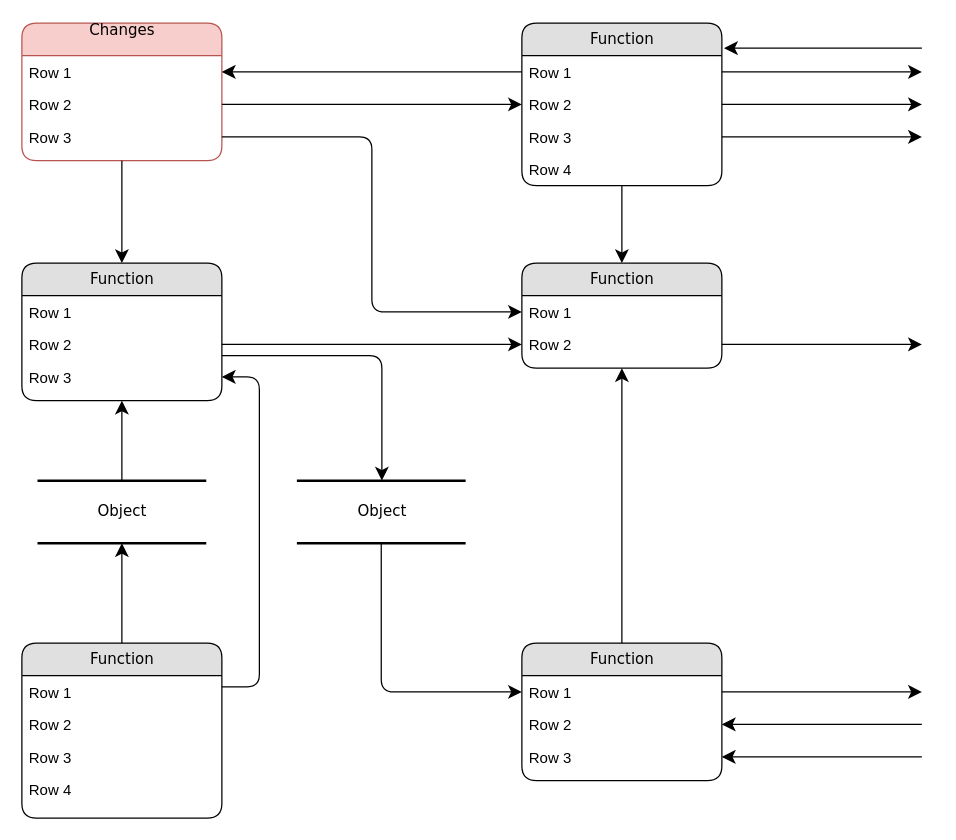
Above: Untitled Diagram.drawio in 98rahul/-sample-app (draw.io), before the change. Source tidied: cells renumbered, new cells numbered last; positions are measured from the earlier drawing's top-left corner, leaving out a move shared by most shapes. Both pictures are drawn from the tidied source at 125%, with x=0, y=0 at pixel (21, 22).
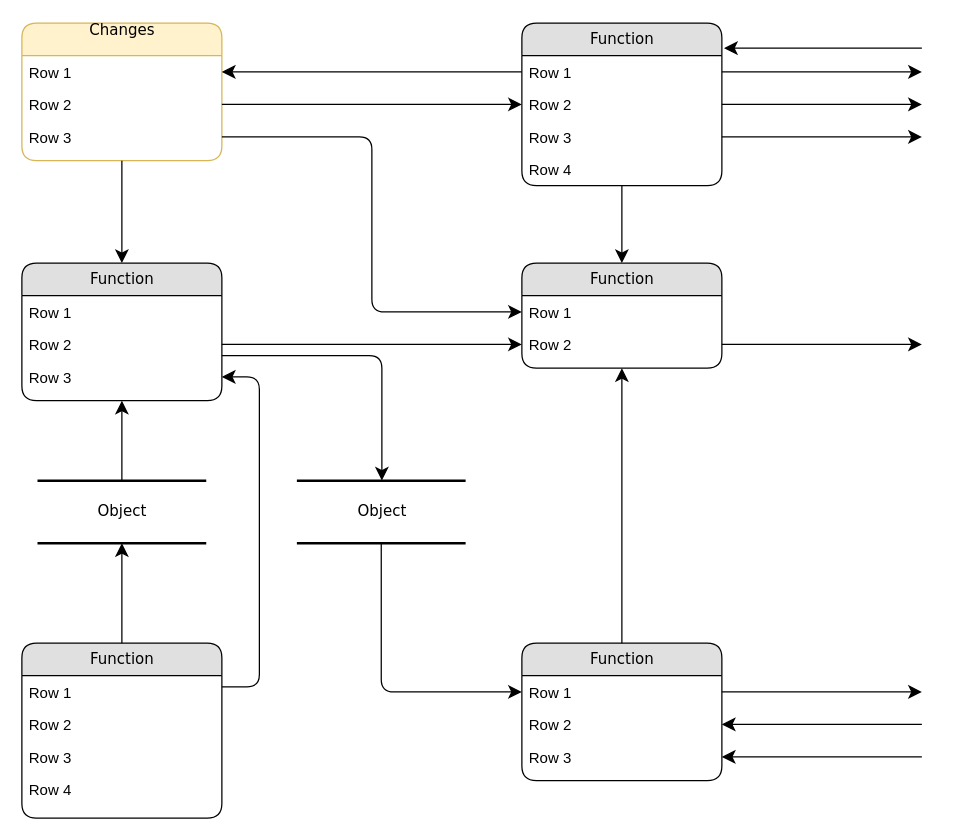
After the change.

The edit, as a diff of the source:
```diff
@@
-    <mxCell id="3" value="Changes&lt;div&gt;&lt;br&gt;&lt;/div&gt;" style="swimlane;html=1;fontStyle=0;horizontal=1;startSize=26;fillColor=#f8cecc;swimlaneFillColor=#ffffff;align=center;rounded=1;shadow=0;comic=0;labelBackgroundColor=none;strokeWidth=1;fontFamily=Verdana;fontSize=12;strokeColor=#b85450;" parent="1" vertex="1">
+    <mxCell id="3" value="Changes&lt;div&gt;&lt;br&gt;&lt;/div&gt;" style="swimlane;html=1;fontStyle=0;horizontal=1;startSize=26;fillColor=#fff2cc;swimlaneFillColor=#ffffff;align=center;rounded=1;shadow=0;comic=0;labelBackgroundColor=none;strokeWidth=1;fontFamily=Verdana;fontSize=12;strokeColor=#d6b656;" parent="1" vertex="1">
       <mxGeometry width="160" height="110" as="geometry" />
     </mxCell>
```
